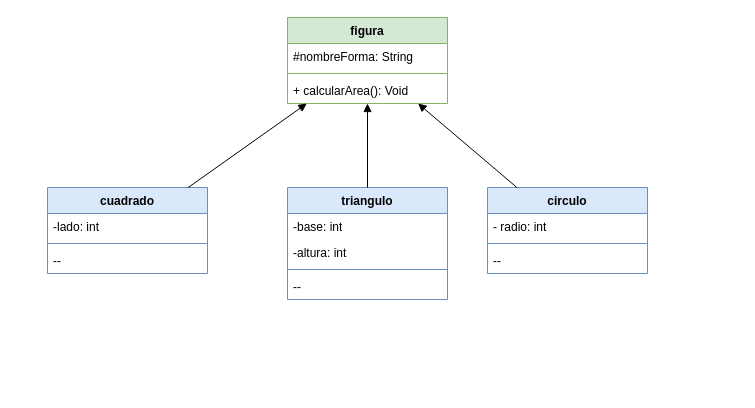
Earlier version of the draw.io diagram formas.drawio (SantiagoTamayo2002/UML). Source tidied: cells renumbered, new cells numbered last; positions are measured from the earlier drawing's top-left corner, leaving out a move shared by most shapes. Both pictures are drawn from the tidied source at 100%, with x=0, y=0 at pixel (47, 17).
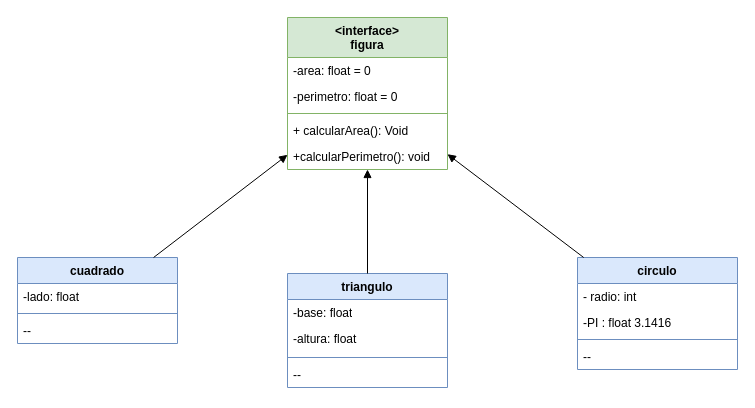
After the change.

What changed in the source:
```diff
@@
-    <mxCell id="2" value="figura&lt;br&gt;" style="swimlane;fontStyle=1;align=center;verticalAlign=top;horizontal=1;startSize=26;whiteSpace=wrap;html=1;fillColor=#d5e8d4;strokeColor=#82b366;" parent="1" vertex="1">
-      <mxGeometry x="240" width="160" height="86" as="geometry" />
+    <mxCell id="2" value="&amp;lt;interface&amp;gt;&lt;br&gt;figura" style="swimlane;fontStyle=1;align=center;verticalAlign=top;horizontal=1;startSize=40;whiteSpace=wrap;html=1;fillColor=#d5e8d4;strokeColor=#82b366;" parent="1" vertex="1">
+      <mxGeometry x="240" width="160" height="152" as="geometry" />
     </mxCell>
-    <mxCell id="3" value="#nombreForma: String" style="text;strokeColor=none;fillColor=none;align=left;verticalAlign=top;spacingLeft=4;spacingRight=4;overflow=hidden;whiteSpace=wrap;html=1;" parent="2" vertex="1">
-      <mxGeometry y="26" width="160" height="26" as="geometry" />
+    <mxCell id="3" value="-area: float = 0" style="text;strokeColor=none;fillColor=none;align=left;verticalAlign=top;spacingLeft=4;spacingRight=4;overflow=hidden;whiteSpace=wrap;html=1;" parent="2" vertex="1">
+      <mxGeometry y="40" width="160" height="26" as="geometry" />
     </mxCell>
+    <mxCell id="22" value="-perimetro: float = 0" style="text;strokeColor=none;fillColor=none;align=left;verticalAlign=top;spacingLeft=4;spacingRight=4;overflow=hidden;whiteSpace=wrap;html=1;" parent="2" vertex="1">
+      <mxGeometry y="66" width="160" height="26" as="geometry" />
+    </mxCell>
     <mxCell id="4" style="line;strokeWidth=1;fillColor=none;align=left;verticalAlign=middle;spacingTop=-1;spacingLeft=3;spacingRight=3;labelPosition=right;strokeColor=inherit;" parent="2" vertex="1">
-      <mxGeometry y="52" width="160" height="8" as="geometry" />
+      <mxGeometry y="92" width="160" height="8" as="geometry" />
     </mxCell>
     <mxCell id="5" value="+ calcularArea(): Void" style="text;strokeColor=none;fillColor=none;align=left;verticalAlign=top;spacingLeft=4;spacingRight=4;overflow=hidden;whiteSpace=wrap;html=1;" parent="2" vertex="1">
-      <mxGeometry y="60" width="160" height="26" as="geometry" />
+      <mxGeometry y="100" width="160" height="26" as="geometry" />
     </mxCell>
+    <mxCell id="23" value="+calcularPerimetro(): void" style="text;strokeColor=none;fillColor=none;align=left;verticalAlign=top;spacingLeft=4;spacingRight=4;overflow=hidden;whiteSpace=wrap;html=1;" parent="2" vertex="1">
+      <mxGeometry y="126" width="160" height="26" as="geometry" />
+    </mxCell>
     <mxCell id="6" value="cuadrado" style="swimlane;fontStyle=1;align=center;verticalAlign=top;horizontal=1;startSize=26;whiteSpace=wrap;html=1;fillColor=#dae8fc;strokeColor=#6c8ebf;" parent="1" vertex="1">
-      <mxGeometry y="170" width="160" height="86" as="geometry" />
+      <mxGeometry x="-30" y="240" width="160" height="86" as="geometry" />
     </mxCell>
-    <mxCell id="7" value="-lado: int&amp;nbsp;" style="text;strokeColor=none;fillColor=none;align=left;verticalAlign=top;spacingLeft=4;spacingRight=4;overflow=hidden;whiteSpace=wrap;html=1;" parent="6" vertex="1">
+    <mxCell id="7" value="-lado: float&amp;nbsp;" style="text;strokeColor=none;fillColor=none;align=left;verticalAlign=top;spacingLeft=4;spacingRight=4;overflow=hidden;whiteSpace=wrap;html=1;" parent="6" vertex="1">
       <mxGeometry y="26" width="160" height="26" as="geometry" />
     </mxCell>
@@
     <mxCell id="10" value="triangulo" style="swimlane;fontStyle=1;align=center;verticalAlign=top;horizontal=1;startSize=26;whiteSpace=wrap;html=1;fillColor=#dae8fc;strokeColor=#6c8ebf;" parent="1" vertex="1">
-      <mxGeometry x="240" y="170" width="160" height="112" as="geometry" />
+      <mxGeometry x="240" y="256" width="160" height="114" as="geometry" />
     </mxCell>
-    <mxCell id="11" value="-base: int" style="text;strokeColor=none;fillColor=none;align=left;verticalAlign=top;spacingLeft=4;spacingRight=4;overflow=hidden;whiteSpace=wrap;html=1;" parent="10" vertex="1">
+    <mxCell id="11" value="-base: float" style="text;strokeColor=none;fillColor=none;align=left;verticalAlign=top;spacingLeft=4;spacingRight=4;overflow=hidden;whiteSpace=wrap;html=1;" parent="10" vertex="1">
       <mxGeometry y="26" width="160" height="26" as="geometry" />
     </mxCell>
-    <mxCell id="12" value="-altura: int&amp;nbsp;" style="text;strokeColor=none;fillColor=none;align=left;verticalAlign=top;spacingLeft=4;spacingRight=4;overflow=hidden;whiteSpace=wrap;html=1;" parent="10" vertex="1">
-      <mxGeometry y="52" width="160" height="26" as="geometry" />
+    <mxCell id="12" value="-altura: float&amp;nbsp;" style="text;strokeColor=none;fillColor=none;align=left;verticalAlign=top;spacingLeft=4;spacingRight=4;overflow=hidden;whiteSpace=wrap;html=1;" parent="10" vertex="1">
+      <mxGeometry y="52" width="160" height="28" as="geometry" />
     </mxCell>
     <mxCell id="13" style="line;strokeWidth=1;fillColor=none;align=left;verticalAlign=middle;spacingTop=-1;spacingLeft=3;spacingRight=3;labelPosition=right;strokeColor=inherit;" parent="10" vertex="1">
-      <mxGeometry y="78" width="160" height="8" as="geometry" />
+      <mxGeometry y="80" width="160" height="8" as="geometry" />
     </mxCell>
     <mxCell id="14" value="--" style="text;strokeColor=none;fillColor=none;align=left;verticalAlign=top;spacingLeft=4;spacingRight=4;overflow=hidden;whiteSpace=wrap;html=1;" parent="10" vertex="1">
-      <mxGeometry y="86" width="160" height="26" as="geometry" />
+      <mxGeometry y="88" width="160" height="26" as="geometry" />
     </mxCell>
@@
     <mxCell id="17" value="circulo" style="swimlane;fontStyle=1;align=center;verticalAlign=top;horizontal=1;startSize=26;whiteSpace=wrap;html=1;fillColor=#dae8fc;strokeColor=#6c8ebf;" parent="1" vertex="1">
-      <mxGeometry x="440" y="170" width="160" height="86" as="geometry" />
+      <mxGeometry x="530" y="240" width="160" height="112" as="geometry" />
     </mxCell>
@@
+    <mxCell id="24" value="-PI : float 3.1416" style="text;strokeColor=none;fillColor=none;align=left;verticalAlign=top;spacingLeft=4;spacingRight=4;overflow=hidden;whiteSpace=wrap;html=1;" parent="17" vertex="1">
+      <mxGeometry y="52" width="160" height="26" as="geometry" />
+    </mxCell>
     <mxCell id="19" style="line;strokeWidth=1;fillColor=none;align=left;verticalAlign=middle;spacingTop=-1;spacingLeft=3;spacingRight=3;labelPosition=right;strokeColor=inherit;" parent="17" vertex="1">
-      <mxGeometry y="52" width="160" height="8" as="geometry" />
+      <mxGeometry y="78" width="160" height="8" as="geometry" />
     </mxCell>
     <mxCell id="20" value="--" style="text;strokeColor=none;fillColor=none;align=left;verticalAlign=top;spacingLeft=4;spacingRight=4;overflow=hidden;whiteSpace=wrap;html=1;" parent="17" vertex="1">
-      <mxGeometry y="60" width="160" height="26" as="geometry" />
+      <mxGeometry y="86" width="160" height="26" as="geometry" />
     </mxCell>
```
